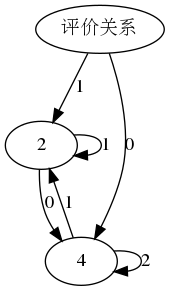
Drenight/2020GraduationProject keeps this Graphviz diagram as struct.gv.png. Above is the earlier version. Its source is kept beside it as struct.gv.
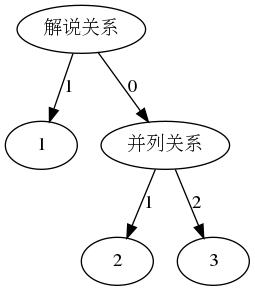
After the change.

What changed in the source:
```diff
@@ -1,15 +1,11 @@
 digraph G {
-	0 [label="评价关系"]
-	2 [label="解说关系"]
-	0 -> 2 [label=1]
-	2 [label=1]
-	2 -> 2 [label=1]
-	3 [label="并列关系"]
-	2 -> 3 [label=0]
-	2 [label=2]
-	3 -> 2 [label=1]
-	3 [label=3]
-	3 -> 3 [label=2]
-	3 [label=4]
-	0 -> 3 [label=0]
+	0 [label="解说关系"]
+	9 [label=1]
+	0 -> 9 [label=1]
+	10 [label="并列关系"]
+	0 -> 10 [label=0]
+	11 [label=2]
+	10 -> 11 [label=1]
+	12 [label=3]
+	10 -> 12 [label=2]
 }
```
